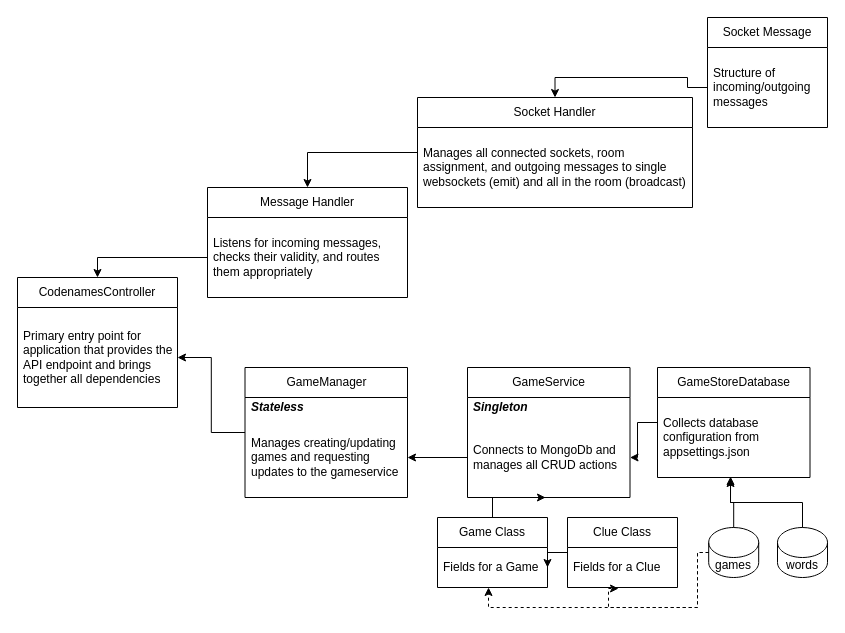
Earlier version of the draw.io diagram CodenamesServer.drawio (rrramsurrun/CodenamesDotnet). Source tidied: cells renumbered, new cells numbered last; positions are measured from the earlier drawing's top-left corner, leaving out a move shared by most shapes. Both pictures are drawn from the tidied source at 100%, with x=0, y=0 at pixel (17, 17).
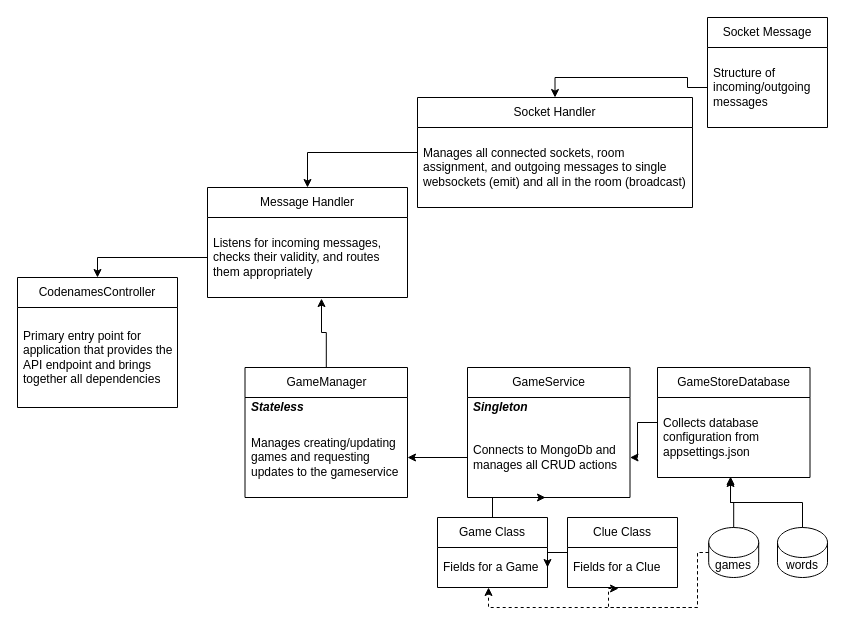
After the change.

The change refers to these unchanged cells:
```xml
<mxCell id="3" value="Primary entry point for application that provides the API endpoint and brings together all dependencies" style="text;strokeColor=none;fillColor=none;align=left;verticalAlign=middle;spacingLeft=4;spacingRight=4;overflow=hidden;points=[[0,0.5],[1,0.5]];portConstraint=eastwest;whiteSpace=wrap;html=1;" parent="2" vertex="1">
  <mxGeometry y="30" width="160" height="100" as="geometry" />
</mxCell>
<mxCell id="11" value="Listens for incoming messages, checks their validity, and routes them appropriately" style="text;strokeColor=none;fillColor=none;align=left;verticalAlign=middle;spacingLeft=4;spacingRight=4;overflow=hidden;points=[[0,0.5],[1,0.5]];portConstraint=eastwest;whiteSpace=wrap;html=1;" parent="10" vertex="1">
  <mxGeometry y="30" width="200" height="80" as="geometry" />
</mxCell>
<mxCell id="33" value="GameManager" style="swimlane;fontStyle=0;horizontal=1;startSize=30;whiteSpace=wrap;html=1;" parent="1" vertex="1">
  <mxGeometry x="227.5" y="350" width="162.5" height="130" as="geometry" />
</mxCell>
```

What changed in the source:
```diff
@@
-    <mxCell id="32" style="edgeStyle=orthogonalEdgeStyle;rounded=0;jettySize=auto;html=1;entryX=1;entryY=0.5;entryDx=0;entryDy=0;" parent="1" edge="1" source="33" target="3">
+    <mxCell id="32" style="edgeStyle=orthogonalEdgeStyle;rounded=0;jettySize=auto;html=1;entryX=0.57;entryY=1.013;entryDx=0;entryDy=0;entryPerimeter=0;" parent="1" edge="1" source="33" target="11">
       <mxGeometry relative="1" as="geometry" />
     </mxCell>
```
